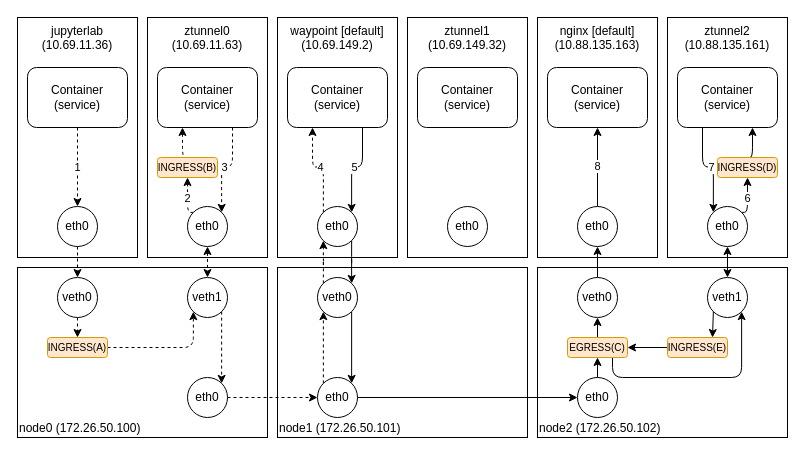
The draw.io diagram page "ambientmesh.flow" (3 of 3) of k8s.istio/k8s.istio.drawio in haruband/codebook, before the edit. Source tidied: cells renumbered, new cells numbered last; positions are measured from the earlier drawing's top-left corner, leaving out a move shared by most shapes. Both pictures are drawn from the tidied source at 100%, with x=0, y=0 at pixel (17, 17).
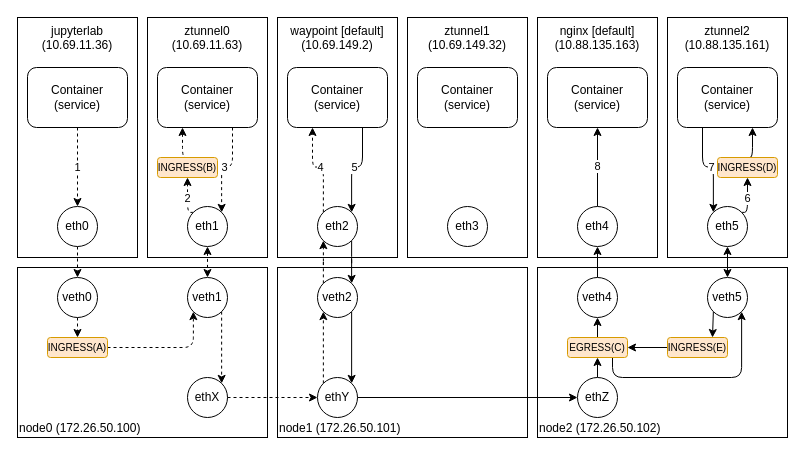
The same diagram, later.

Diff of the diagram source:
```diff
@@
-    <mxCell id="17" value="eth0" style="ellipse;whiteSpace=wrap;html=1;fontSize=12;" parent="1" vertex="1">
+    <mxCell id="17" value="eth1" style="ellipse;whiteSpace=wrap;html=1;fontSize=12;" parent="1" vertex="1">
       <mxGeometry x="170" y="189" width="40" height="40" as="geometry" />
     </mxCell>
@@
-    <mxCell id="20" value="eth0" style="ellipse;whiteSpace=wrap;html=1;fontSize=12;" parent="1" vertex="1">
+    <mxCell id="20" value="ethX" style="ellipse;whiteSpace=wrap;html=1;fontSize=12;" parent="1" vertex="1">
       <mxGeometry x="170" y="360" width="40" height="40" as="geometry" />
     </mxCell>
@@
-    <mxCell id="27" value="eth0" style="ellipse;whiteSpace=wrap;html=1;fontSize=12;" parent="1" vertex="1">
+    <mxCell id="27" value="eth2" style="ellipse;whiteSpace=wrap;html=1;fontSize=12;" parent="1" vertex="1">
       <mxGeometry x="300" y="189" width="40" height="40" as="geometry" />
     </mxCell>
@@
-    <mxCell id="30" value="veth0" style="ellipse;whiteSpace=wrap;html=1;fontSize=12;" parent="1" vertex="1">
+    <mxCell id="30" value="veth2" style="ellipse;whiteSpace=wrap;html=1;fontSize=12;" parent="1" vertex="1">
       <mxGeometry x="300" y="260" width="40" height="40" as="geometry" />
     </mxCell>
@@
-    <mxCell id="32" value="eth0" style="ellipse;whiteSpace=wrap;html=1;fontSize=12;" parent="1" vertex="1">
+    <mxCell id="32" value="ethY" style="ellipse;whiteSpace=wrap;html=1;fontSize=12;" parent="1" vertex="1">
       <mxGeometry x="300" y="360" width="40" height="40" as="geometry" />
     </mxCell>
@@
-    <mxCell id="38" value="eth0" style="ellipse;whiteSpace=wrap;html=1;fontSize=12;" parent="1" vertex="1">
+    <mxCell id="38" value="eth4" style="ellipse;whiteSpace=wrap;html=1;fontSize=12;" parent="1" vertex="1">
       <mxGeometry x="560" y="189" width="40" height="40" as="geometry" />
     </mxCell>
@@
-    <mxCell id="40" value="veth0" style="ellipse;whiteSpace=wrap;html=1;fontSize=12;" parent="1" vertex="1">
+    <mxCell id="40" value="veth4" style="ellipse;whiteSpace=wrap;html=1;fontSize=12;" parent="1" vertex="1">
       <mxGeometry x="560" y="260" width="40" height="40" as="geometry" />
     </mxCell>
@@
-    <mxCell id="45" value="eth0" style="ellipse;whiteSpace=wrap;html=1;fontSize=12;" parent="1" vertex="1">
+    <mxCell id="45" value="eth5" style="ellipse;whiteSpace=wrap;html=1;fontSize=12;" parent="1" vertex="1">
       <mxGeometry x="690" y="189" width="40" height="40" as="geometry" />
     </mxCell>
@@
-    <mxCell id="49" value="eth0" style="ellipse;whiteSpace=wrap;html=1;fontSize=12;" parent="1" vertex="1">
+    <mxCell id="49" value="ethZ" style="ellipse;whiteSpace=wrap;html=1;fontSize=12;" parent="1" vertex="1">
       <mxGeometry x="560" y="360" width="40" height="40" as="geometry" />
     </mxCell>
@@
-    <mxCell id="58" value="veth1" style="ellipse;whiteSpace=wrap;html=1;fontSize=12;" parent="1" vertex="1">
+    <mxCell id="58" value="veth5" style="ellipse;whiteSpace=wrap;html=1;fontSize=12;" parent="1" vertex="1">
       <mxGeometry x="690" y="260" width="40" height="40" as="geometry" />
     </mxCell>
@@
-    <mxCell id="63" value="eth0" style="ellipse;whiteSpace=wrap;html=1;fontSize=12;" parent="1" vertex="1">
+    <mxCell id="63" value="eth3" style="ellipse;whiteSpace=wrap;html=1;fontSize=12;" parent="1" vertex="1">
       <mxGeometry x="430" y="189" width="40" height="40" as="geometry" />
     </mxCell>
```
